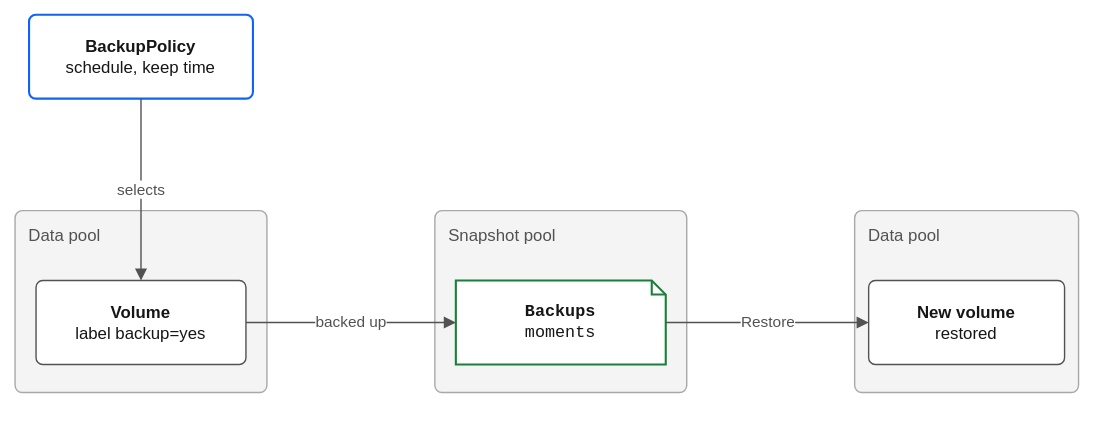
neil1taylor/ibm-vpc-file-pool-csi keeps this draw.io diagram as docs/images/tutorial-16-backup-and-restore.drawio.svg. Above is the earlier version. Source tidied: cells renumbered, new cells last; positions are measured from the earlier drawing's top-left corner, leaving out a move shared by most shapes. The source it was exported from:
```xml
<mxGraphModel>
  <root>
    <mxCell id="0" />
    <mxCell id="1" parent="0" />
    <mxCell id="2" value="&lt;b&gt;BackupPolicy&lt;/b&gt;&lt;br&gt;schedule, keep time" style="rounded=1;arcSize=8;fillColor=#ffffff;strokeColor=#0f62fe;strokeWidth=1.5;fontSize=12;fontColor=#161616;fontFamily=Helvetica;html=1;whiteSpace=wrap;" parent="1" vertex="1">
      <mxGeometry x="10" width="160" height="60" as="geometry" />
    </mxCell>
    <mxCell id="3" value="Data pool" style="rounded=1;arcSize=4;fillColor=#f4f4f4;strokeColor=#a8a8a8;fontSize=12;fontColor=#525252;align=left;verticalAlign=top;spacingLeft=8;spacingTop=4;fontFamily=Helvetica;html=1;whiteSpace=wrap;" parent="1" vertex="1">
      <mxGeometry y="140" width="180" height="130" as="geometry" />
    </mxCell>
    <mxCell id="4" value="&lt;b&gt;Volume&lt;/b&gt;&lt;br&gt;label backup=yes" style="rounded=1;arcSize=8;fillColor=#ffffff;strokeColor=#525252;strokeWidth=1;fontSize=12;fontColor=#161616;fontFamily=Helvetica;html=1;whiteSpace=wrap;" parent="1" vertex="1">
      <mxGeometry x="15" y="190" width="150" height="60" as="geometry" />
    </mxCell>
    <mxCell id="5" value="Snapshot pool" style="rounded=1;arcSize=4;fillColor=#f4f4f4;strokeColor=#a8a8a8;fontSize=12;fontColor=#525252;align=left;verticalAlign=top;spacingLeft=8;spacingTop=4;fontFamily=Helvetica;html=1;whiteSpace=wrap;" parent="1" vertex="1">
      <mxGeometry x="300" y="140" width="180" height="130" as="geometry" />
    </mxCell>
    <mxCell id="6" value="&lt;b&gt;Backups&lt;/b&gt;&lt;br&gt;moments" style="shape=note;size=10;fillColor=#ffffff;strokeColor=#198038;strokeWidth=1.5;fontSize=12;fontColor=#161616;fontFamily=Courier New;html=1;whiteSpace=wrap;" parent="1" vertex="1">
      <mxGeometry x="315" y="190" width="150" height="60" as="geometry" />
    </mxCell>
    <mxCell id="7" value="Data pool" style="rounded=1;arcSize=4;fillColor=#f4f4f4;strokeColor=#a8a8a8;fontSize=12;fontColor=#525252;align=left;verticalAlign=top;spacingLeft=8;spacingTop=4;fontFamily=Helvetica;html=1;whiteSpace=wrap;" parent="1" vertex="1">
      <mxGeometry x="600" y="140" width="160" height="130" as="geometry" />
    </mxCell>
    <mxCell id="8" value="&lt;b&gt;New volume&lt;/b&gt;&lt;br&gt;restored" style="rounded=1;arcSize=8;fillColor=#ffffff;strokeColor=#525252;strokeWidth=1;fontSize=12;fontColor=#161616;fontFamily=Helvetica;html=1;whiteSpace=wrap;" parent="1" vertex="1">
      <mxGeometry x="610" y="190" width="140" height="60" as="geometry" />
    </mxCell>
    <mxCell id="9" value="selects" style="edgeStyle=orthogonalEdgeStyle;rounded=0;endArrow=block;endFill=1;strokeColor=#525252;fontSize=11;fontColor=#525252;labelBackgroundColor=#ffffff;fontFamily=Helvetica;html=1;" parent="1" edge="1" source="2" target="4">
      <mxGeometry relative="1" as="geometry" />
    </mxCell>
    <mxCell id="10" value="backed up" style="edgeStyle=orthogonalEdgeStyle;rounded=0;endArrow=block;endFill=1;strokeColor=#525252;fontSize=11;fontColor=#525252;labelBackgroundColor=#ffffff;fontFamily=Helvetica;html=1;" parent="1" edge="1" source="4" target="6">
      <mxGeometry relative="1" as="geometry" />
    </mxCell>
    <mxCell id="11" value="Restore" style="edgeStyle=orthogonalEdgeStyle;rounded=0;endArrow=block;endFill=1;strokeColor=#525252;fontSize=11;fontColor=#525252;labelBackgroundColor=#ffffff;fontFamily=Helvetica;html=1;" parent="1" edge="1" source="6" target="8">
      <mxGeometry relative="1" as="geometry" />
    </mxCell>
  </root>
</mxGraphModel>
```
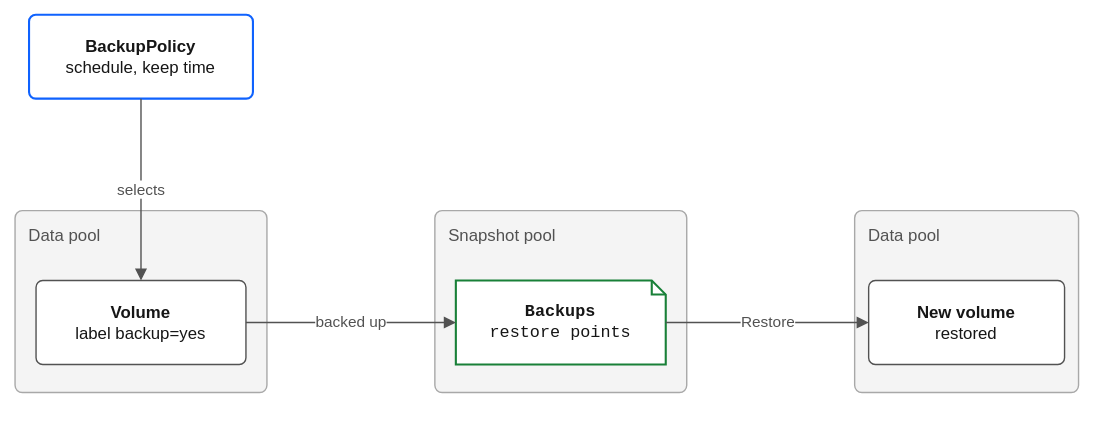
The same diagram one commit later.

Change to the diagram source:
```diff
@@ -14,7 +14,7 @@
     <mxCell id="5" value="Snapshot pool" style="rounded=1;arcSize=4;fillColor=#f4f4f4;strokeColor=#a8a8a8;fontSize=12;fontColor=#525252;align=left;verticalAlign=top;spacingLeft=8;spacingTop=4;fontFamily=Helvetica;html=1;whiteSpace=wrap;" parent="1" vertex="1">
       <mxGeometry x="300" y="140" width="180" height="130" as="geometry" />
     </mxCell>
-    <mxCell id="6" value="&lt;b&gt;Backups&lt;/b&gt;&lt;br&gt;moments" style="shape=note;size=10;fillColor=#ffffff;strokeColor=#198038;strokeWidth=1.5;fontSize=12;fontColor=#161616;fontFamily=Courier New;html=1;whiteSpace=wrap;" parent="1" vertex="1">
+    <mxCell id="6" value="&lt;b&gt;Backups&lt;/b&gt;&lt;br&gt;restore points" style="shape=note;size=10;fillColor=#ffffff;strokeColor=#198038;strokeWidth=1.5;fontSize=12;fontColor=#161616;fontFamily=Courier New;html=1;whiteSpace=wrap;" parent="1" vertex="1">
       <mxGeometry x="315" y="190" width="150" height="60" as="geometry" />
     </mxCell>
     <mxCell id="7" value="Data pool" style="rounded=1;arcSize=4;fillColor=#f4f4f4;strokeColor=#a8a8a8;fontSize=12;fontColor=#525252;align=left;verticalAlign=top;spacingLeft=8;spacingTop=4;fontFamily=Helvetica;html=1;whiteSpace=wrap;" parent="1" vertex="1">
```
